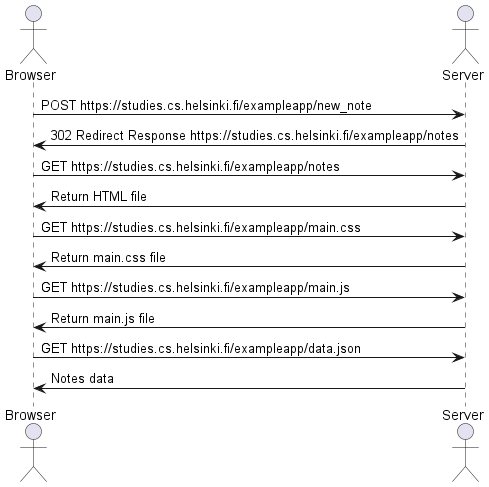
Above: part-0/exercise0.4.png in valentino7504/fullstackopen (PlantUML), before the change. Source of this version:
```plantuml
@startuml
actor Browser as b
actor Server as s

b -> s: POST https://studies.cs.helsinki.fi/exampleapp/new_note
s -> b: 302 Redirect Response https://studies.cs.helsinki.fi/exampleapp/notes
b -> s: GET https://studies.cs.helsinki.fi/exampleapp/notes
s -> b: Return HTML file
b -> s: GET https://studies.cs.helsinki.fi/exampleapp/main.css
s -> b: Return main.css file
b -> s: GET https://studies.cs.helsinki.fi/exampleapp/main.js
s -> b: Return main.js file
b -> s: GET https://studies.cs.helsinki.fi/exampleapp/data.json
s -> b: Notes data
@enduml
```
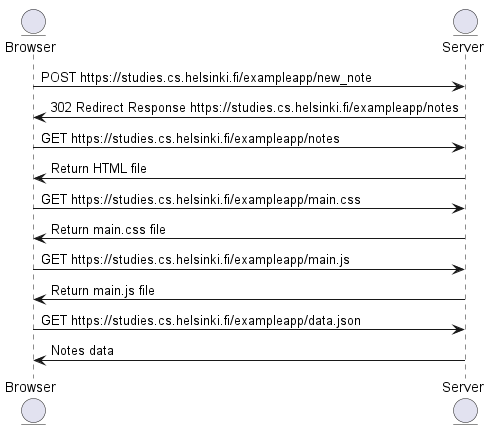
Above is the later version.

Diff of the diagram source:
```diff
@@ -1,6 +1,6 @@
 @startuml
-actor Browser as b
-actor Server as s
+entity Browser as b
+entity Server as s
 
 b -> s: POST https://studies.cs.helsinki.fi/exampleapp/new_note
 s -> b: 302 Redirect Response https://studies.cs.helsinki.fi/exampleapp/notes
```
